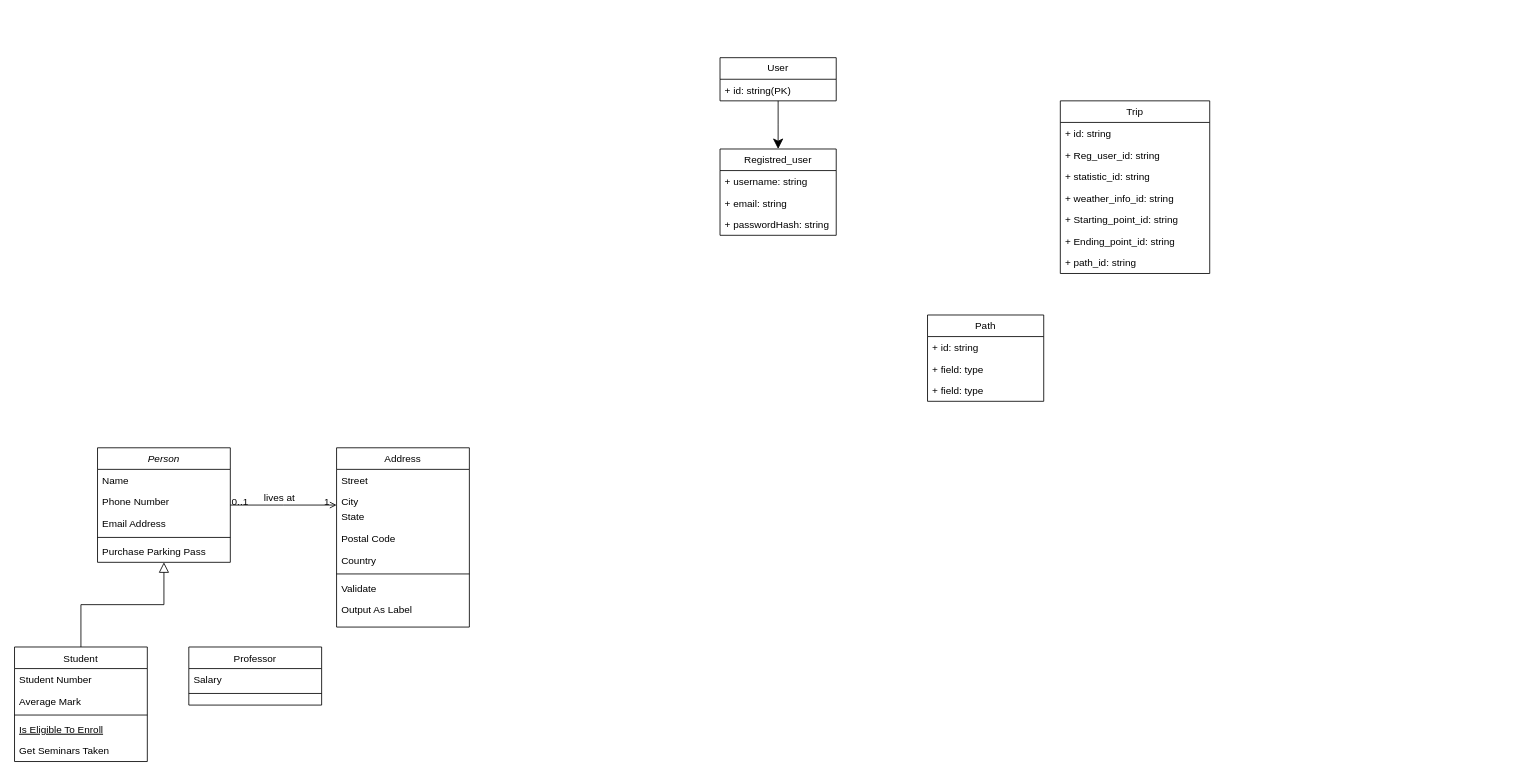
jacopobellosi/Bellosi-Montanelli-Tempobono keeps this draw.io diagram as RASD/ClassDiagram.drawio. Above is the earlier version. Source tidied: cells renumbered, new cells numbered last; positions are measured from the earlier drawing's top-left corner, leaving out a move shared by most shapes. Both pictures are drawn from the tidied source at 83%, with x=0, y=0 at pixel (14, 57).
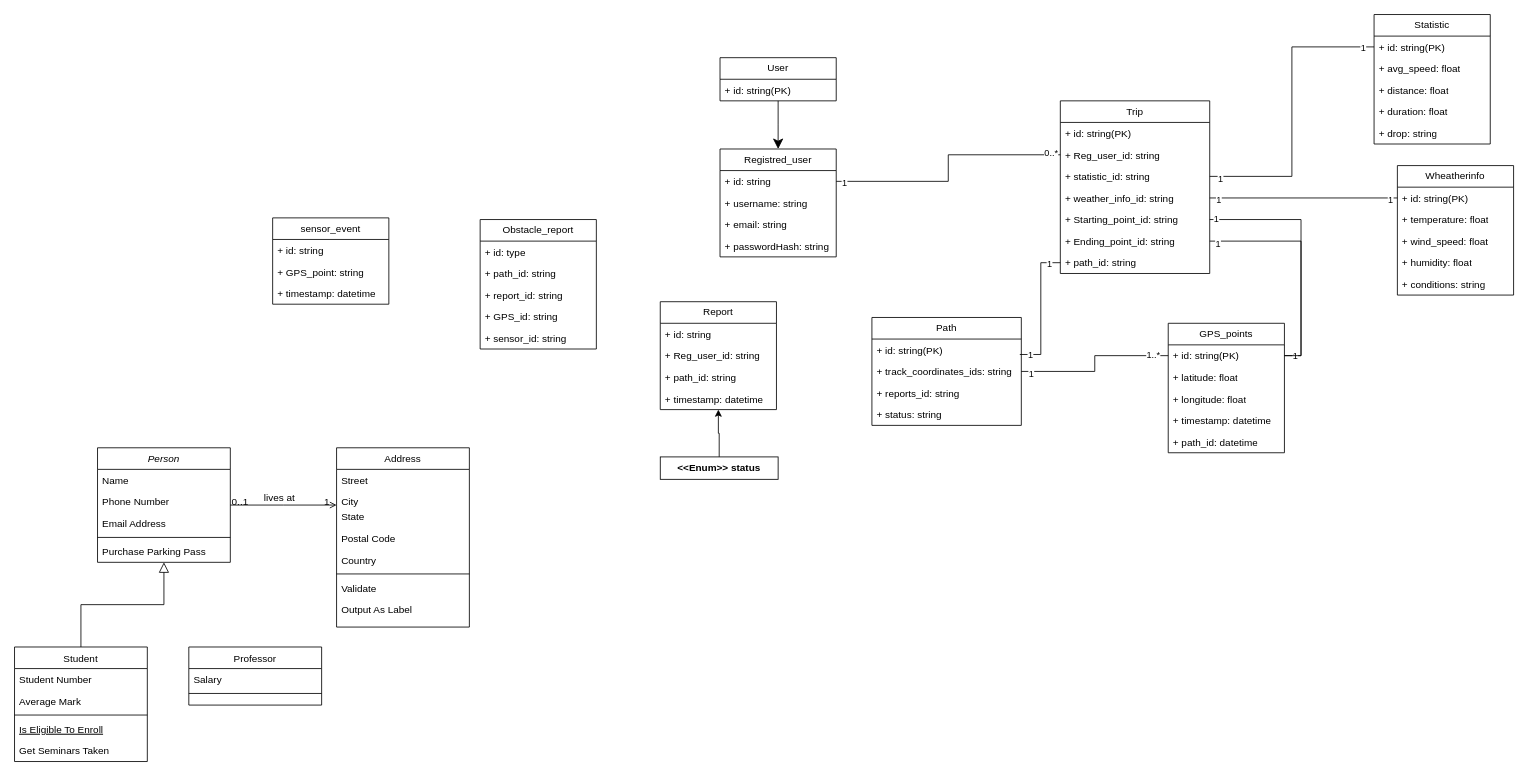
The same diagram, later.

The change refers to these unchanged cells:
```xml
<mxCell id="38" value="Trip" style="swimlane;fontStyle=0;horizontal=1;startSize=26;fillColor=none;whiteSpace=wrap;html=1;" parent="1" vertex="1">
  <mxGeometry x="1260" y="52" width="180" height="208" as="geometry" />
</mxCell>
<mxCell id="40" value="+ Reg_user_id: string" style="text;strokeColor=none;fillColor=none;align=left;verticalAlign=top;spacingLeft=4;spacingRight=4;overflow=hidden;points=[[0,0.5],[1,0.5]];portConstraint=eastwest;whiteSpace=wrap;html=1;" parent="38" vertex="1">
  <mxGeometry y="52" width="180" height="26" as="geometry" />
</mxCell>
<mxCell id="41" value="+ statistic_id: string" style="text;strokeColor=none;fillColor=none;align=left;verticalAlign=top;spacingLeft=4;spacingRight=4;overflow=hidden;points=[[0,0.5],[1,0.5]];portConstraint=eastwest;whiteSpace=wrap;html=1;" parent="38" vertex="1">
  <mxGeometry y="78" width="180" height="26" as="geometry" />
</mxCell>
<mxCell id="42" value="+ weather_info_id: string" style="text;strokeColor=none;fillColor=none;align=left;verticalAlign=top;spacingLeft=4;spacingRight=4;overflow=hidden;points=[[0,0.5],[1,0.5]];portConstraint=eastwest;whiteSpace=wrap;html=1;" parent="38" vertex="1">
  <mxGeometry y="104" width="180" height="26" as="geometry" />
</mxCell>
<mxCell id="43" value="+ Starting_point_id: string" style="text;strokeColor=none;fillColor=none;align=left;verticalAlign=top;spacingLeft=4;spacingRight=4;overflow=hidden;points=[[0,0.5],[1,0.5]];portConstraint=eastwest;whiteSpace=wrap;html=1;" parent="38" vertex="1">
  <mxGeometry y="130" width="180" height="26" as="geometry" />
</mxCell>
<mxCell id="44" value="+ Ending_point_id: string" style="text;strokeColor=none;fillColor=none;align=left;verticalAlign=top;spacingLeft=4;spacingRight=4;overflow=hidden;points=[[0,0.5],[1,0.5]];portConstraint=eastwest;whiteSpace=wrap;html=1;" parent="38" vertex="1">
  <mxGeometry y="156" width="180" height="26" as="geometry" />
</mxCell>
<mxCell id="45" value="+ path_id: string" style="text;strokeColor=none;fillColor=none;align=left;verticalAlign=top;spacingLeft=4;spacingRight=4;overflow=hidden;points=[[0,0.5],[1,0.5]];portConstraint=eastwest;whiteSpace=wrap;html=1;" parent="38" vertex="1">
  <mxGeometry y="182" width="180" height="26" as="geometry" />
</mxCell>
```

Diff of the diagram source:
```diff
@@
     <mxCell id="34" value="Registred_user" style="swimlane;fontStyle=0;horizontal=1;startSize=26;fillColor=none;whiteSpace=wrap;html=1;" parent="1" vertex="1">
-      <mxGeometry x="850" y="110" width="140" height="104" as="geometry" />
+      <mxGeometry x="850" y="110" width="140" height="130" as="geometry" />
     </mxCell>
+    <mxCell id="50" value="+ id: string" style="text;strokeColor=none;fillColor=none;align=left;verticalAlign=top;spacingLeft=4;spacingRight=4;overflow=hidden;points=[[0,0.5],[1,0.5]];portConstraint=eastwest;whiteSpace=wrap;html=1;" parent="34" vertex="1">
+      <mxGeometry y="26" width="140" height="26" as="geometry" />
+    </mxCell>
     <mxCell id="35" value="+ username: string" style="text;strokeColor=none;fillColor=none;align=left;verticalAlign=top;spacingLeft=4;spacingRight=4;overflow=hidden;whiteSpace=wrap;html=1;" parent="34" vertex="1">
-      <mxGeometry y="26" width="140" height="26" as="geometry" />
+      <mxGeometry y="52" width="140" height="26" as="geometry" />
     </mxCell>
     <mxCell id="36" value="+ email: string" style="text;strokeColor=none;fillColor=none;align=left;verticalAlign=top;spacingLeft=4;spacingRight=4;overflow=hidden;whiteSpace=wrap;html=1;" parent="34" vertex="1">
-      <mxGeometry y="52" width="140" height="26" as="geometry" />
+      <mxGeometry y="78" width="140" height="26" as="geometry" />
     </mxCell>
     <mxCell id="37" value="+ passwordHash: string" style="text;strokeColor=none;fillColor=none;align=left;verticalAlign=top;spacingLeft=4;spacingRight=4;overflow=hidden;whiteSpace=wrap;html=1;" parent="34" vertex="1">
-      <mxGeometry y="78" width="140" height="26" as="geometry" />
+      <mxGeometry y="104" width="140" height="26" as="geometry" />
     </mxCell>
@@
-    <mxCell id="39" value="+ id: string" style="text;strokeColor=none;fillColor=none;align=left;verticalAlign=top;spacingLeft=4;spacingRight=4;overflow=hidden;whiteSpace=wrap;html=1;" parent="38" vertex="1">
+    <mxCell id="39" value="+ id: string(PK)" style="text;strokeColor=none;fillColor=none;align=left;verticalAlign=top;spacingLeft=4;spacingRight=4;overflow=hidden;whiteSpace=wrap;html=1;" parent="38" vertex="1">
       <mxGeometry y="26" width="180" height="26" as="geometry" />
     </mxCell>
@@
     <mxCell id="46" value="Path" style="swimlane;fontStyle=0;horizontal=1;startSize=26;fillColor=none;whiteSpace=wrap;html=1;" parent="1" vertex="1">
-      <mxGeometry x="1100" y="310" width="140" height="104" as="geometry" />
+      <mxGeometry x="1033" y="313" width="180" height="130" as="geometry" />
     </mxCell>
-    <mxCell id="47" value="+ id: string" style="text;strokeColor=none;fillColor=none;align=left;verticalAlign=top;spacingLeft=4;spacingRight=4;overflow=hidden;points=[[0,0.5],[1,0.5]];portConstraint=eastwest;whiteSpace=wrap;html=1;" parent="46" vertex="1">
-      <mxGeometry y="26" width="140" height="26" as="geometry" />
+    <mxCell id="47" value="+ id: string(PK)" style="text;strokeColor=none;fillColor=none;align=left;verticalAlign=top;spacingLeft=4;spacingRight=4;overflow=hidden;points=[[0,0.5],[1,0.5]];portConstraint=eastwest;whiteSpace=wrap;html=1;" parent="46" vertex="1">
+      <mxGeometry y="26" width="180" height="26" as="geometry" />
     </mxCell>
-    <mxCell id="48" value="+ field: type" style="text;strokeColor=none;fillColor=none;align=left;verticalAlign=top;spacingLeft=4;spacingRight=4;overflow=hidden;points=[[0,0.5],[1,0.5]];portConstraint=eastwest;whiteSpace=wrap;html=1;" parent="46" vertex="1">
-      <mxGeometry y="52" width="140" height="26" as="geometry" />
+    <mxCell id="48" value="+ track_coordinates_ids: string" style="text;strokeColor=none;fillColor=none;align=left;verticalAlign=top;spacingLeft=4;spacingRight=4;overflow=hidden;points=[[0,0.5],[1,0.5]];portConstraint=eastwest;whiteSpace=wrap;html=1;" parent="46" vertex="1">
+      <mxGeometry y="52" width="180" height="26" as="geometry" />
     </mxCell>
-    <mxCell id="49" value="+ field: type" style="text;strokeColor=none;fillColor=none;align=left;verticalAlign=top;spacingLeft=4;spacingRight=4;overflow=hidden;whiteSpace=wrap;html=1;" parent="46" vertex="1">
-      <mxGeometry y="78" width="140" height="26" as="geometry" />
+    <mxCell id="49" value="+ reports_id: string" style="text;strokeColor=none;fillColor=none;align=left;verticalAlign=top;spacingLeft=4;spacingRight=4;overflow=hidden;whiteSpace=wrap;html=1;" parent="46" vertex="1">
+      <mxGeometry y="78" width="180" height="26" as="geometry" />
     </mxCell>
+    <mxCell id="51" value="+ status: string" style="text;strokeColor=none;fillColor=none;align=left;verticalAlign=top;spacingLeft=4;spacingRight=4;overflow=hidden;whiteSpace=wrap;html=1;" parent="46" vertex="1">
+      <mxGeometry y="104" width="180" height="26" as="geometry" />
+    </mxCell>
+    <mxCell id="52" value="GPS_points" style="swimlane;fontStyle=0;horizontal=1;startSize=26;fillColor=none;whiteSpace=wrap;html=1;" parent="1" vertex="1">
+      <mxGeometry x="1390" y="320" width="140" height="156" as="geometry" />
+    </mxCell>
+    <mxCell id="53" value="+ id: string(PK)" style="text;strokeColor=none;fillColor=none;align=left;verticalAlign=top;spacingLeft=4;spacingRight=4;overflow=hidden;points=[[0,0.5],[1,0.5]];portConstraint=eastwest;whiteSpace=wrap;html=1;" parent="52" vertex="1">
+      <mxGeometry y="26" width="140" height="26" as="geometry" />
+    </mxCell>
+    <mxCell id="54" value="+ latitude: float" style="text;strokeColor=none;fillColor=none;align=left;verticalAlign=top;spacingLeft=4;spacingRight=4;overflow=hidden;whiteSpace=wrap;html=1;" parent="52" vertex="1">
+      <mxGeometry y="52" width="140" height="26" as="geometry" />
+    </mxCell>
+    <mxCell id="55" value="+ longitude: float" style="text;strokeColor=none;fillColor=none;align=left;verticalAlign=top;spacingLeft=4;spacingRight=4;overflow=hidden;whiteSpace=wrap;html=1;" parent="52" vertex="1">
+      <mxGeometry y="78" width="140" height="26" as="geometry" />
+    </mxCell>
+    <mxCell id="56" value="+ timestamp: datetime" style="text;strokeColor=none;fillColor=none;align=left;verticalAlign=top;spacingLeft=4;spacingRight=4;overflow=hidden;whiteSpace=wrap;html=1;" parent="52" vertex="1">
+      <mxGeometry y="104" width="140" height="26" as="geometry" />
+    </mxCell>
+    <mxCell id="57" value="+ path_id: datetime" style="text;strokeColor=none;fillColor=none;align=left;verticalAlign=top;spacingLeft=4;spacingRight=4;overflow=hidden;whiteSpace=wrap;html=1;" parent="52" vertex="1">
+      <mxGeometry y="130" width="140" height="26" as="geometry" />
+    </mxCell>
+    <mxCell id="58" value="Report" style="swimlane;fontStyle=0;horizontal=1;startSize=26;fillColor=none;whiteSpace=wrap;html=1;" parent="1" vertex="1">
+      <mxGeometry x="778" y="294" width="140" height="130" as="geometry" />
+    </mxCell>
+    <mxCell id="59" value="+ id: string" style="text;strokeColor=none;fillColor=none;align=left;verticalAlign=top;spacingLeft=4;spacingRight=4;overflow=hidden;whiteSpace=wrap;html=1;" parent="58" vertex="1">
+      <mxGeometry y="26" width="140" height="26" as="geometry" />
+    </mxCell>
+    <mxCell id="60" value="+ Reg_user_id: string" style="text;strokeColor=none;fillColor=none;align=left;verticalAlign=top;spacingLeft=4;spacingRight=4;overflow=hidden;whiteSpace=wrap;html=1;" parent="58" vertex="1">
+      <mxGeometry y="52" width="140" height="26" as="geometry" />
+    </mxCell>
+    <mxCell id="61" value="+ path_id: string" style="text;strokeColor=none;fillColor=none;align=left;verticalAlign=top;spacingLeft=4;spacingRight=4;overflow=hidden;whiteSpace=wrap;html=1;" parent="58" vertex="1">
+      <mxGeometry y="78" width="140" height="26" as="geometry" />
+    </mxCell>
+    <mxCell id="62" value="+ timestamp: datetime" style="text;strokeColor=none;fillColor=none;align=left;verticalAlign=top;spacingLeft=4;spacingRight=4;overflow=hidden;whiteSpace=wrap;html=1;" parent="58" vertex="1">
+      <mxGeometry y="104" width="140" height="26" as="geometry" />
+    </mxCell>
+    <mxCell id="63" value="Obstacle_report" style="swimlane;fontStyle=0;horizontal=1;startSize=26;fillColor=none;whiteSpace=wrap;html=1;" parent="1" vertex="1">
+      <mxGeometry x="561" y="195" width="140" height="156" as="geometry" />
+    </mxCell>
+    <mxCell id="64" value="+ id: type" style="text;strokeColor=none;fillColor=none;align=left;verticalAlign=top;spacingLeft=4;spacingRight=4;overflow=hidden;whiteSpace=wrap;html=1;" parent="63" vertex="1">
+      <mxGeometry y="26" width="140" height="26" as="geometry" />
+    </mxCell>
+    <mxCell id="65" value="+ path_id: string" style="text;strokeColor=none;fillColor=none;align=left;verticalAlign=top;spacingLeft=4;spacingRight=4;overflow=hidden;whiteSpace=wrap;html=1;" parent="63" vertex="1">
+      <mxGeometry y="52" width="140" height="26" as="geometry" />
+    </mxCell>
+    <mxCell id="66" value="+ report_id: string" style="text;strokeColor=none;fillColor=none;align=left;verticalAlign=top;spacingLeft=4;spacingRight=4;overflow=hidden;whiteSpace=wrap;html=1;" parent="63" vertex="1">
+      <mxGeometry y="78" width="140" height="26" as="geometry" />
+    </mxCell>
+    <mxCell id="67" value="+ GPS_id: string" style="text;strokeColor=none;fillColor=none;align=left;verticalAlign=top;spacingLeft=4;spacingRight=4;overflow=hidden;whiteSpace=wrap;html=1;" parent="63" vertex="1">
+      <mxGeometry y="104" width="140" height="26" as="geometry" />
+    </mxCell>
+    <mxCell id="68" value="+ sensor_id: string" style="text;strokeColor=none;fillColor=none;align=left;verticalAlign=top;spacingLeft=4;spacingRight=4;overflow=hidden;whiteSpace=wrap;html=1;" parent="63" vertex="1">
+      <mxGeometry y="130" width="140" height="26" as="geometry" />
+    </mxCell>
+    <mxCell id="69" value="sensor_event" style="swimlane;fontStyle=0;horizontal=1;startSize=26;fillColor=none;whiteSpace=wrap;html=1;" parent="1" vertex="1">
+      <mxGeometry x="311" y="193" width="140" height="104" as="geometry" />
+    </mxCell>
+    <mxCell id="70" value="+ id: string" style="text;strokeColor=none;fillColor=none;align=left;verticalAlign=top;spacingLeft=4;spacingRight=4;overflow=hidden;whiteSpace=wrap;html=1;" parent="69" vertex="1">
+      <mxGeometry y="26" width="140" height="26" as="geometry" />
+    </mxCell>
+    <mxCell id="71" value="+ GPS_point: string" style="text;strokeColor=none;fillColor=none;align=left;verticalAlign=top;spacingLeft=4;spacingRight=4;overflow=hidden;whiteSpace=wrap;html=1;" parent="69" vertex="1">
+      <mxGeometry y="52" width="140" height="26" as="geometry" />
+    </mxCell>
+    <mxCell id="72" value="+ timestamp: datetime" style="text;strokeColor=none;fillColor=none;align=left;verticalAlign=top;spacingLeft=4;spacingRight=4;overflow=hidden;whiteSpace=wrap;html=1;" parent="69" vertex="1">
+      <mxGeometry y="78" width="140" height="26" as="geometry" />
+    </mxCell>
+    <mxCell id="73" value="Wheatherinfo" style="swimlane;fontStyle=0;horizontal=1;startSize=26;fillColor=none;whiteSpace=wrap;html=1;" parent="1" vertex="1">
+      <mxGeometry x="1666.1" y="130" width="140" height="156" as="geometry" />
+    </mxCell>
+    <mxCell id="74" value="+ id: string(PK)" style="text;strokeColor=none;fillColor=none;align=left;verticalAlign=top;spacingLeft=4;spacingRight=4;overflow=hidden;points=[[0,0.5],[1,0.5]];portConstraint=eastwest;whiteSpace=wrap;html=1;" parent="73" vertex="1">
+      <mxGeometry y="26" width="140" height="26" as="geometry" />
+    </mxCell>
+    <mxCell id="75" value="+ temperature: float&lt;div&gt;&lt;br&gt;&lt;/div&gt;" style="text;strokeColor=none;fillColor=none;align=left;verticalAlign=top;spacingLeft=4;spacingRight=4;overflow=hidden;whiteSpace=wrap;html=1;" parent="73" vertex="1">
+      <mxGeometry y="52" width="140" height="26" as="geometry" />
+    </mxCell>
+    <mxCell id="76" value="+ wind_speed: float" style="text;strokeColor=none;fillColor=none;align=left;verticalAlign=top;spacingLeft=4;spacingRight=4;overflow=hidden;whiteSpace=wrap;html=1;" parent="73" vertex="1">
+      <mxGeometry y="78" width="140" height="26" as="geometry" />
+    </mxCell>
+    <mxCell id="77" value="+ humidity: float" style="text;strokeColor=none;fillColor=none;align=left;verticalAlign=top;spacingLeft=4;spacingRight=4;overflow=hidden;whiteSpace=wrap;html=1;" parent="73" vertex="1">
+      <mxGeometry y="104" width="140" height="26" as="geometry" />
+    </mxCell>
+    <mxCell id="78" value="+ conditions: string" style="text;strokeColor=none;fillColor=none;align=left;verticalAlign=top;spacingLeft=4;spacingRight=4;overflow=hidden;whiteSpace=wrap;html=1;" parent="73" vertex="1">
+      <mxGeometry y="130" width="140" height="26" as="geometry" />
+    </mxCell>
+    <mxCell id="79" style="edgeStyle=orthogonalEdgeStyle;rounded=0;jettySize=auto;html=1;entryX=0;entryY=0.5;entryDx=0;entryDy=0;endArrow=none;endFill=0;strokeColor=default;" parent="1" edge="1" source="50" target="40">
+      <mxGeometry relative="1" as="geometry" />
+    </mxCell>
+    <mxCell id="80" value="0..*" style="edgeLabel;html=1;align=center;verticalAlign=middle;" parent="79" vertex="1">
+      <mxGeometry x="0.92" y="3" relative="1" as="geometry" />
+    </mxCell>
+    <mxCell id="81" value="1" style="edgeLabel;html=1;align=center;verticalAlign=middle;" parent="79" vertex="1">
+      <mxGeometry x="-0.94" y="-1" relative="1" as="geometry" />
+    </mxCell>
+    <mxCell id="82" value="Statistic" style="swimlane;fontStyle=0;horizontal=1;startSize=26;fillColor=none;whiteSpace=wrap;html=1;" parent="1" vertex="1">
+      <mxGeometry x="1638" y="-52" width="140" height="156" as="geometry" />
+    </mxCell>
+    <mxCell id="83" value="+ id: string(PK)" style="text;strokeColor=none;fillColor=none;align=left;verticalAlign=top;spacingLeft=4;spacingRight=4;overflow=hidden;points=[[0,0.5],[1,0.5]];portConstraint=eastwest;whiteSpace=wrap;html=1;" parent="82" vertex="1">
+      <mxGeometry y="26" width="140" height="26" as="geometry" />
+    </mxCell>
+    <mxCell id="84" value="+ avg_speed: float&lt;div&gt;&lt;br&gt;&lt;/div&gt;" style="text;strokeColor=none;fillColor=none;align=left;verticalAlign=top;spacingLeft=4;spacingRight=4;overflow=hidden;whiteSpace=wrap;html=1;" parent="82" vertex="1">
+      <mxGeometry y="52" width="140" height="26" as="geometry" />
+    </mxCell>
+    <mxCell id="85" value="+ distance: float" style="text;strokeColor=none;fillColor=none;align=left;verticalAlign=top;spacingLeft=4;spacingRight=4;overflow=hidden;whiteSpace=wrap;html=1;" parent="82" vertex="1">
+      <mxGeometry y="78" width="140" height="26" as="geometry" />
+    </mxCell>
+    <mxCell id="86" value="+ duration: float" style="text;strokeColor=none;fillColor=none;align=left;verticalAlign=top;spacingLeft=4;spacingRight=4;overflow=hidden;whiteSpace=wrap;html=1;" parent="82" vertex="1">
+      <mxGeometry y="104" width="140" height="26" as="geometry" />
+    </mxCell>
+    <mxCell id="87" value="+ drop: string" style="text;strokeColor=none;fillColor=none;align=left;verticalAlign=top;spacingLeft=4;spacingRight=4;overflow=hidden;whiteSpace=wrap;html=1;" parent="82" vertex="1">
+      <mxGeometry y="130" width="140" height="26" as="geometry" />
+    </mxCell>
+    <mxCell id="88" style="edgeStyle=orthogonalEdgeStyle;rounded=0;jettySize=auto;html=1;endArrow=none;endFill=0;" parent="1" edge="1" source="41" target="83">
+      <mxGeometry relative="1" as="geometry" />
+    </mxCell>
+    <mxCell id="89" value="1" style="edgeLabel;html=1;align=center;verticalAlign=middle;" parent="88" vertex="1">
+      <mxGeometry x="0.92" relative="1" as="geometry" />
+    </mxCell>
+    <mxCell id="90" value="1" style="edgeLabel;html=1;align=center;verticalAlign=middle;" parent="88" vertex="1">
+      <mxGeometry x="-0.93" y="-2" relative="1" as="geometry" />
+    </mxCell>
+    <mxCell id="91" style="edgeStyle=orthogonalEdgeStyle;rounded=0;jettySize=auto;html=1;endArrow=none;endFill=0;" parent="1" edge="1" source="42" target="74">
+      <mxGeometry relative="1" as="geometry" />
+    </mxCell>
+    <mxCell id="92" value="1" style="edgeLabel;html=1;align=center;verticalAlign=middle;" parent="91" vertex="1">
+      <mxGeometry x="0.92" y="-1" relative="1" as="geometry" />
+    </mxCell>
+    <mxCell id="93" value="1" style="edgeLabel;html=1;align=center;verticalAlign=middle;" parent="91" vertex="1">
+      <mxGeometry x="-0.91" y="-1" relative="1" as="geometry" />
+    </mxCell>
+    <mxCell id="94" style="edgeStyle=orthogonalEdgeStyle;rounded=0;jettySize=auto;html=1;entryX=0.99;entryY=0.715;entryDx=0;entryDy=0;entryPerimeter=0;endArrow=none;endFill=0;" parent="1" edge="1" source="45" target="47">
+      <mxGeometry relative="1" as="geometry" />
+    </mxCell>
+    <mxCell id="95" value="1" style="edgeLabel;html=1;align=center;verticalAlign=middle;" parent="94" vertex="1">
+      <mxGeometry x="0.85" relative="1" as="geometry" />
+    </mxCell>
+    <mxCell id="96" value="1" style="edgeLabel;html=1;align=center;verticalAlign=middle;" parent="94" vertex="1">
+      <mxGeometry x="-0.83" y="1" relative="1" as="geometry" />
+    </mxCell>
+    <mxCell id="97" style="edgeStyle=orthogonalEdgeStyle;rounded=0;jettySize=auto;html=1;entryX=1;entryY=0.5;entryDx=0;entryDy=0;endArrow=none;endFill=0;" parent="1" edge="1" source="43" target="53">
+      <mxGeometry relative="1" as="geometry" />
+    </mxCell>
+    <mxCell id="98" value="1" style="edgeLabel;html=1;align=center;verticalAlign=middle;" parent="97" vertex="1">
+      <mxGeometry x="-0.95" y="2" relative="1" as="geometry" />
+    </mxCell>
+    <mxCell id="99" value="1" style="edgeLabel;html=1;align=center;verticalAlign=middle;" parent="97" vertex="1">
+      <mxGeometry x="0.92" relative="1" as="geometry" />
+    </mxCell>
+    <mxCell id="100" style="edgeStyle=orthogonalEdgeStyle;rounded=0;jettySize=auto;html=1;entryX=1;entryY=0.5;entryDx=0;entryDy=0;endArrow=none;endFill=0;" parent="1" edge="1" source="44" target="53">
+      <mxGeometry relative="1" as="geometry" />
+    </mxCell>
+    <mxCell id="101" value="1" style="edgeLabel;html=1;align=center;verticalAlign=middle;" parent="100" vertex="1">
+      <mxGeometry x="-0.93" y="-3" relative="1" as="geometry" />
+    </mxCell>
+    <mxCell id="102" style="edgeStyle=orthogonalEdgeStyle;rounded=0;jettySize=auto;html=1;entryX=0;entryY=0.5;entryDx=0;entryDy=0;endArrow=none;endFill=0;" parent="1" edge="1" source="48" target="53">
+      <mxGeometry relative="1" as="geometry" />
+    </mxCell>
+    <mxCell id="103" value="1..*" style="edgeLabel;html=1;align=center;verticalAlign=middle;" parent="102" vertex="1">
+      <mxGeometry x="0.81" y="2" relative="1" as="geometry" />
+    </mxCell>
+    <mxCell id="104" value="1" style="edgeLabel;html=1;align=center;verticalAlign=middle;" parent="102" vertex="1">
+      <mxGeometry x="-0.89" y="-2" relative="1" as="geometry" />
+    </mxCell>
+    <mxCell id="105" style="edgeStyle=orthogonalEdgeStyle;rounded=0;jettySize=auto;html=1;" parent="1" edge="1" source="106" target="58">
+      <mxGeometry relative="1" as="geometry" />
+    </mxCell>
+    <mxCell id="106" value="&lt;b&gt;&amp;lt;&amp;lt;Enum&amp;gt;&amp;gt;&amp;nbsp;status&lt;/b&gt;" style="html=1;whiteSpace=wrap;" parent="1" vertex="1">
+      <mxGeometry x="778" y="481" width="142" height="27" as="geometry" />
+    </mxCell>
```
